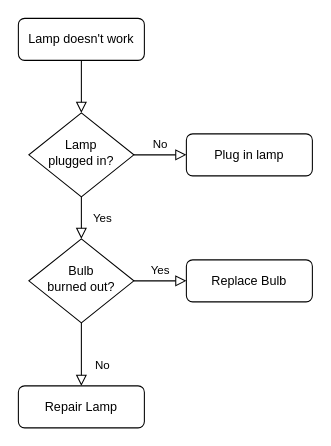
Above: 换电SaaS平台-业务流程图.drawio in vikey5210000/diagrams (draw.io), before the change. Source tidied: cells renumbered, new cells numbered last; positions are measured from the earlier drawing's top-left corner, leaving out a move shared by most shapes. Both pictures are drawn from the tidied source at 105%, with x=0, y=0 at pixel (18, 18).
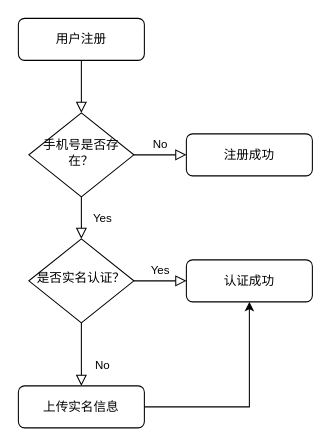
After the change.

Commit message:
用户注册流程

Diff of the diagram source:
```diff
@@
 <mxGraphModel>
   <root>
     <mxCell id="0" />
     <mxCell id="1" parent="0" />
     <mxCell id="2" style="rounded=0;html=1;jettySize=auto;fontSize=11;endArrow=block;endFill=0;endSize=8;strokeWidth=1;shadow=0;labelBackgroundColor=none;edgeStyle=orthogonalEdgeStyle;" parent="1" edge="1" source="3" target="6">
       <mxGeometry relative="1" as="geometry" />
     </mxCell>
-    <mxCell id="3" value="Lamp doesn't work" style="rounded=1;whiteSpace=wrap;html=1;fontSize=12;glass=0;strokeWidth=1;shadow=0;" parent="1" vertex="1">
+    <mxCell id="3" value="用户注册" style="rounded=1;whiteSpace=wrap;html=1;fontSize=12;glass=0;strokeWidth=1;shadow=0;" parent="1" vertex="1">
       <mxGeometry width="120" height="40" as="geometry" />
     </mxCell>
     <mxCell id="4" value="Yes" style="rounded=0;html=1;jettySize=auto;fontSize=11;endArrow=block;endFill=0;endSize=8;strokeWidth=1;shadow=0;labelBackgroundColor=none;edgeStyle=orthogonalEdgeStyle;" parent="1" edge="1" source="6" target="10">
       <mxGeometry y="20" relative="1" as="geometry" />
     </mxCell>
     <mxCell id="5" value="No" style="edgeStyle=orthogonalEdgeStyle;rounded=0;html=1;jettySize=auto;fontSize=11;endArrow=block;endFill=0;endSize=8;strokeWidth=1;shadow=0;labelBackgroundColor=none;" parent="1" edge="1" source="6" target="7">
       <mxGeometry y="10" relative="1" as="geometry" />
     </mxCell>
-    <mxCell id="6" value="Lamp&lt;br&gt;plugged in?" style="rhombus;whiteSpace=wrap;html=1;shadow=0;fontFamily=Helvetica;fontSize=12;align=center;strokeWidth=1;spacing=6;spacingTop=-4;" parent="1" vertex="1">
+    <mxCell id="6" value="手机号是否存在？" style="rhombus;whiteSpace=wrap;html=1;shadow=0;fontFamily=Helvetica;fontSize=12;align=center;strokeWidth=1;spacing=6;spacingTop=-4;" parent="1" vertex="1">
       <mxGeometry x="10" y="90" width="100" height="80" as="geometry" />
     </mxCell>
-    <mxCell id="7" value="Plug in lamp" style="rounded=1;whiteSpace=wrap;html=1;fontSize=12;glass=0;strokeWidth=1;shadow=0;" parent="1" vertex="1">
+    <mxCell id="7" value="注册成功" style="rounded=1;whiteSpace=wrap;html=1;fontSize=12;glass=0;strokeWidth=1;shadow=0;" parent="1" vertex="1">
       <mxGeometry x="160" y="110" width="120" height="40" as="geometry" />
     </mxCell>
     <mxCell id="8" value="No" style="rounded=0;html=1;jettySize=auto;fontSize=11;endArrow=block;endFill=0;endSize=8;strokeWidth=1;shadow=0;labelBackgroundColor=none;edgeStyle=orthogonalEdgeStyle;" parent="1" edge="1" source="10" target="11">
       <mxGeometry x="0.33" y="20" relative="1" as="geometry" />
     </mxCell>
     <mxCell id="9" value="Yes" style="edgeStyle=orthogonalEdgeStyle;rounded=0;html=1;jettySize=auto;fontSize=11;endArrow=block;endFill=0;endSize=8;strokeWidth=1;shadow=0;labelBackgroundColor=none;" parent="1" edge="1" source="10" target="12">
       <mxGeometry y="10" relative="1" as="geometry" />
     </mxCell>
-    <mxCell id="10" value="Bulb&lt;br&gt;burned out?" style="rhombus;whiteSpace=wrap;html=1;shadow=0;fontFamily=Helvetica;fontSize=12;align=center;strokeWidth=1;spacing=6;spacingTop=-4;" parent="1" vertex="1">
+    <mxCell id="10" value="是否实名认证？" style="rhombus;whiteSpace=wrap;html=1;shadow=0;fontFamily=Helvetica;fontSize=12;align=center;strokeWidth=1;spacing=6;spacingTop=-4;" parent="1" vertex="1">
       <mxGeometry x="10" y="210" width="100" height="80" as="geometry" />
     </mxCell>
+    <mxCell id="13" style="edgeStyle=orthogonalEdgeStyle;rounded=0;jettySize=auto;html=1;exitX=1;exitY=0.5;exitDx=0;exitDy=0;entryX=0.5;entryY=1;entryDx=0;entryDy=0;" parent="1" edge="1" source="11" target="12">
+      <mxGeometry relative="1" as="geometry" />
+    </mxCell>
-    <mxCell id="11" value="Repair Lamp" style="rounded=1;whiteSpace=wrap;html=1;fontSize=12;glass=0;strokeWidth=1;shadow=0;" parent="1" vertex="1">
+    <mxCell id="11" value="上传实名信息" style="rounded=1;whiteSpace=wrap;html=1;fontSize=12;glass=0;strokeWidth=1;shadow=0;" parent="1" vertex="1">
       <mxGeometry y="350" width="120" height="40" as="geometry" />
     </mxCell>
-    <mxCell id="12" value="Replace Bulb" style="rounded=1;whiteSpace=wrap;html=1;fontSize=12;glass=0;strokeWidth=1;shadow=0;" parent="1" vertex="1">
+    <mxCell id="12" value="认证成功" style="rounded=1;whiteSpace=wrap;html=1;fontSize=12;glass=0;strokeWidth=1;shadow=0;" parent="1" vertex="1">
       <mxGeometry x="160" y="230" width="120" height="40" as="geometry" />
     </mxCell>
   </root>
 </mxGraphModel>
```
